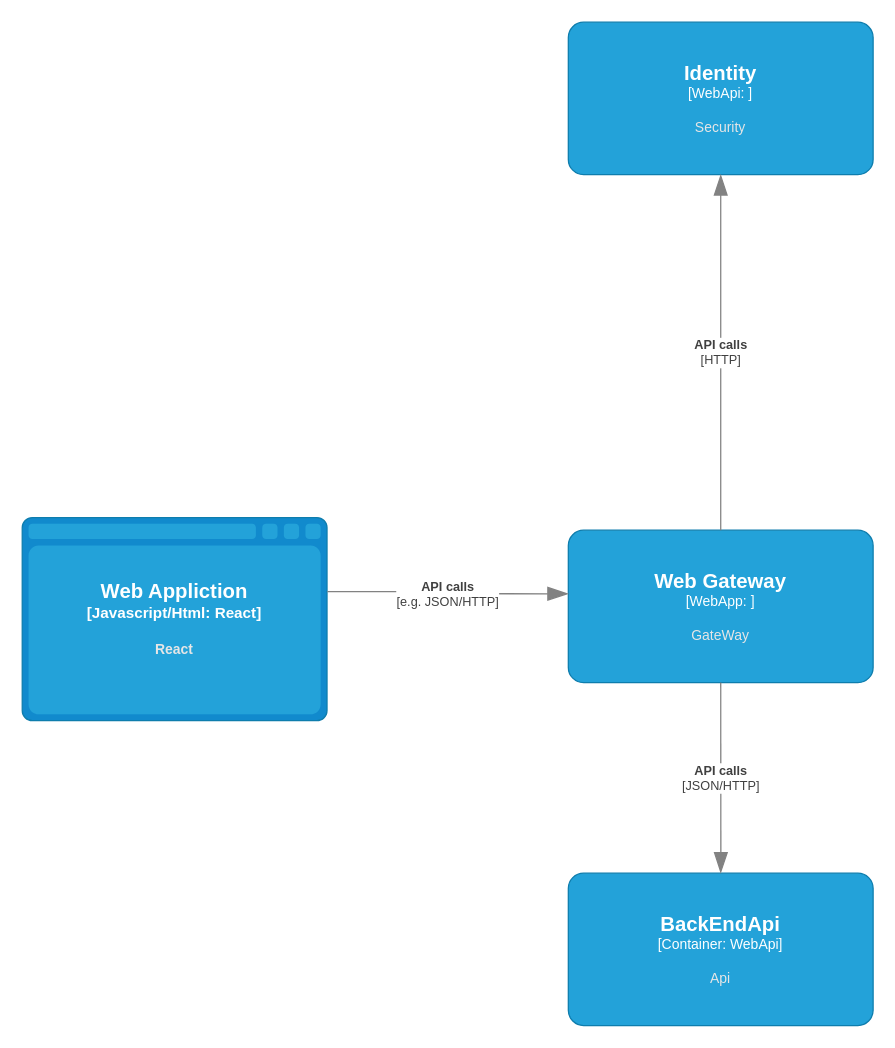
Above: Untitled Diagram.drawio in JanArildEileng/Kompetanse.Autentisering (draw.io), before the change. Source tidied: cells renumbered, new cells numbered last; positions are measured from the earlier drawing's top-left corner, leaving out a move shared by most shapes. Both pictures are drawn from the tidied source at 127%, with x=0, y=0 at pixel (22, 22).
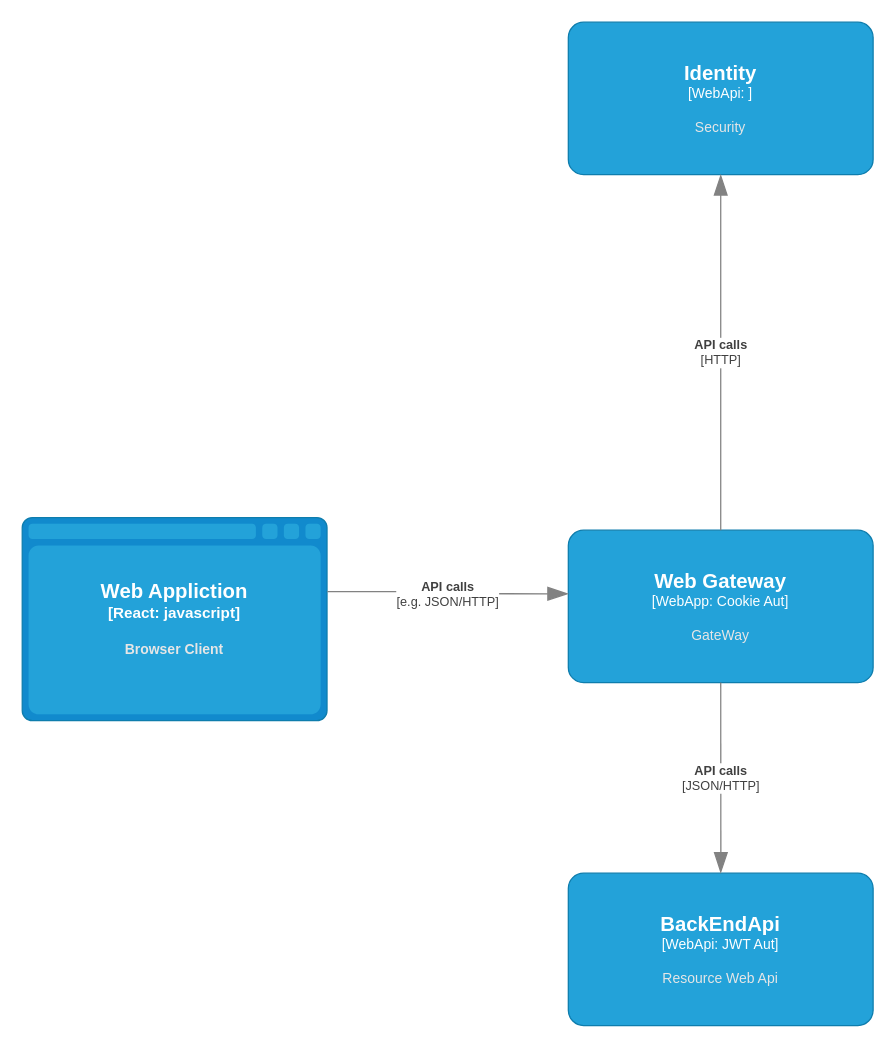
Above is the later version.

Diff of the diagram source:
```diff
@@
 <mxGraphModel>
   <root>
     <mxCell id="0" />
     <mxCell id="1" parent="0" />
-    <object id="2" label="&lt;font style=&quot;font-size: 16px&quot;&gt;&lt;b&gt;%c4Type%&lt;/font&gt;&lt;div&gt;[%c4Container%:&amp;nbsp;%c4Technology%]&lt;/div&gt;&lt;br&gt;&lt;div&gt;&lt;font style=&quot;font-size: 11px&quot;&gt;&lt;font color=&quot;#E6E6E6&quot;&gt;%c4Description%&lt;/font&gt;&lt;/div&gt;" c4Container="Javascript/Html" c4Description="React" c4Technology="React" c4Type="Web Appliction" placeholders="1">
+    <object id="2" label="&lt;font style=&quot;font-size: 16px&quot;&gt;&lt;b&gt;%c4Type%&lt;/font&gt;&lt;div&gt;[%c4Container%:&amp;nbsp;%c4Technology%]&lt;/div&gt;&lt;br&gt;&lt;div&gt;&lt;font style=&quot;font-size: 11px&quot;&gt;&lt;font color=&quot;#E6E6E6&quot;&gt;%c4Description%&lt;/font&gt;&lt;/div&gt;" c4Container="React" c4Description="Browser Client" c4Technology="javascript" c4Type="Web Appliction" placeholders="1">
       <mxCell style="shape=mxgraph.c4.webBrowserContainer;whiteSpace=wrap;html=1;boundedLbl=1;rounded=0;labelBackgroundColor=none;fillColor=#118ACD;fontSize=12;fontColor=#ffffff;align=center;strokeColor=#0E7DAD;points=[[0.5,0,0],[1,0.25,0],[1,0.5,0],[1,0.75,0],[0.5,1,0],[0,0.75,0],[0,0.5,0],[0,0.25,0]];" parent="1" vertex="1">
         <mxGeometry y="390" width="240" height="160" as="geometry" />
       </mxCell>
     </object>
-    <object id="3" label="&lt;font style=&quot;font-size: 16px&quot;&gt;&lt;b&gt;%c4Name%&lt;/b&gt;&lt;/font&gt;&lt;div&gt;[%c4Type%: %c4Technology%]&lt;/div&gt;&lt;br&gt;&lt;div&gt;&lt;font style=&quot;font-size: 11px&quot;&gt;&lt;font color=&quot;#E6E6E6&quot;&gt;%c4Description%&lt;/font&gt;&lt;/div&gt;" c4Description="GateWay" c4Name="Web Gateway" c4Technology="" c4Type="WebApp" placeholders="1">
+    <object id="3" label="&lt;font style=&quot;font-size: 16px&quot;&gt;&lt;b&gt;%c4Name%&lt;/b&gt;&lt;/font&gt;&lt;div&gt;[%c4Type%: %c4Technology%]&lt;/div&gt;&lt;br&gt;&lt;div&gt;&lt;font style=&quot;font-size: 11px&quot;&gt;&lt;font color=&quot;#E6E6E6&quot;&gt;%c4Description%&lt;/font&gt;&lt;/div&gt;" c4Description="GateWay" c4Name="Web Gateway" c4Technology="Cookie Aut" c4Type="WebApp" placeholders="1">
       <mxCell style="rounded=1;whiteSpace=wrap;html=1;fontSize=11;labelBackgroundColor=none;fillColor=#23A2D9;fontColor=#ffffff;align=center;arcSize=10;strokeColor=#0E7DAD;points=[[0.25,0,0],[0.5,0,0],[0.75,0,0],[1,0.25,0],[1,0.5,0],[1,0.75,0],[0.75,1,0],[0.5,1,0],[0.25,1,0],[0,0.75,0],[0,0.5,0],[0,0.25,0]];" parent="1" vertex="1">
         <mxGeometry x="430" y="400" width="240" height="120" as="geometry" />
       </mxCell>
     </object>
     <object id="4" label="&lt;font style=&quot;font-size: 16px&quot;&gt;&lt;b&gt;%c4Name%&lt;/b&gt;&lt;/font&gt;&lt;div&gt;[%c4Type%: %c4Technology%]&lt;/div&gt;&lt;br&gt;&lt;div&gt;&lt;font style=&quot;font-size: 11px&quot;&gt;&lt;font color=&quot;#E6E6E6&quot;&gt;%c4Description%&lt;/font&gt;&lt;/div&gt;" c4Description="Security" c4Name="Identity" c4Technology="" c4Type="WebApi" placeholders="1">
       <mxCell style="rounded=1;whiteSpace=wrap;html=1;fontSize=11;labelBackgroundColor=none;fillColor=#23A2D9;fontColor=#ffffff;align=center;arcSize=10;strokeColor=#0E7DAD;points=[[0.25,0,0],[0.5,0,0],[0.75,0,0],[1,0.25,0],[1,0.5,0],[1,0.75,0],[0.75,1,0],[0.5,1,0],[0.25,1,0],[0,0.75,0],[0,0.5,0],[0,0.25,0]];" parent="1" vertex="1">
         <mxGeometry x="430" width="240" height="120" as="geometry" />
       </mxCell>
     </object>
-    <object id="5" label="&lt;font style=&quot;font-size: 16px&quot;&gt;&lt;b&gt;%c4Name%&lt;/b&gt;&lt;/font&gt;&lt;div&gt;[%c4Type%: %c4Technology%]&lt;/div&gt;&lt;br&gt;&lt;div&gt;&lt;font style=&quot;font-size: 11px&quot;&gt;&lt;font color=&quot;#E6E6E6&quot;&gt;%c4Description%&lt;/font&gt;&lt;/div&gt;" c4Description="Api " c4Name="BackEndApi" c4Technology="WebApi" c4Type="Container" placeholders="1">
+    <object id="5" label="&lt;font style=&quot;font-size: 16px&quot;&gt;&lt;b&gt;%c4Name%&lt;/b&gt;&lt;/font&gt;&lt;div&gt;[%c4Type%: %c4Technology%]&lt;/div&gt;&lt;br&gt;&lt;div&gt;&lt;font style=&quot;font-size: 11px&quot;&gt;&lt;font color=&quot;#E6E6E6&quot;&gt;%c4Description%&lt;/font&gt;&lt;/div&gt;" c4Description="Resource Web Api " c4Name="BackEndApi" c4Technology="JWT Aut" c4Type="WebApi" placeholders="1">
       <mxCell style="rounded=1;whiteSpace=wrap;html=1;fontSize=11;labelBackgroundColor=none;fillColor=#23A2D9;fontColor=#ffffff;align=center;arcSize=10;strokeColor=#0E7DAD;points=[[0.25,0,0],[0.5,0,0],[0.75,0,0],[1,0.25,0],[1,0.5,0],[1,0.75,0],[0.75,1,0],[0.5,1,0],[0.25,1,0],[0,0.75,0],[0,0.5,0],[0,0.25,0]];" parent="1" vertex="1">
         <mxGeometry x="430" y="670" width="240" height="120" as="geometry" />
       </mxCell>
     </object>
     <object id="6" label="&lt;div style=&quot;text-align: left&quot;&gt;&lt;div style=&quot;text-align: center&quot;&gt;&lt;b&gt;%c4Description%&lt;/b&gt;&lt;/div&gt;&lt;div style=&quot;text-align: center&quot;&gt;[%c4Technology%]&lt;/div&gt;&lt;/div&gt;" c4Description="API calls" c4Technology="e.g. JSON/HTTP" placeholders="1">
       <mxCell style="endArrow=blockThin;html=1;fontSize=10;fontColor=#404040;strokeWidth=1;endFill=1;strokeColor=#828282;elbow=vertical;endSize=14;startSize=14;jumpStyle=arc;jumpSize=16;rounded=0;edgeStyle=orthogonalEdgeStyle;entryX=0;entryY=0.417;entryDx=0;entryDy=0;entryPerimeter=0;exitX=1.001;exitY=0.365;exitDx=0;exitDy=0;exitPerimeter=0;" parent="1" edge="1" source="2" target="3">
         <mxGeometry relative="1" as="geometry" />
       </mxCell>
     </object>
     <object id="7" label="&lt;div style=&quot;text-align: left&quot;&gt;&lt;div style=&quot;text-align: center&quot;&gt;&lt;b&gt;%c4Description%&lt;/b&gt;&lt;/div&gt;&lt;div style=&quot;text-align: center&quot;&gt;[%c4Technology%]&lt;/div&gt;&lt;/div&gt;" c4Description="API calls" c4Technology="JSON/HTTP" placeholders="1">
       <mxCell style="endArrow=blockThin;html=1;fontSize=10;fontColor=#404040;strokeWidth=1;endFill=1;strokeColor=#828282;elbow=vertical;endSize=14;startSize=14;jumpStyle=arc;jumpSize=16;rounded=0;edgeStyle=orthogonalEdgeStyle;" parent="1" edge="1" target="5">
         <mxGeometry relative="1" as="geometry">
           <mxPoint x="550" y="520" as="sourcePoint" />
         </mxGeometry>
       </mxCell>
     </object>
     <object id="8" label="&lt;div style=&quot;text-align: left&quot;&gt;&lt;div style=&quot;text-align: center&quot;&gt;&lt;b&gt;%c4Description%&lt;/b&gt;&lt;/div&gt;&lt;div style=&quot;text-align: center&quot;&gt;[%c4Technology%]&lt;/div&gt;&lt;/div&gt;" c4Description="API calls" c4Technology="HTTP" placeholders="1">
       <mxCell style="endArrow=blockThin;html=1;fontSize=10;fontColor=#404040;strokeWidth=1;endFill=1;strokeColor=#828282;elbow=vertical;endSize=14;startSize=14;jumpStyle=arc;jumpSize=16;rounded=0;edgeStyle=orthogonalEdgeStyle;entryX=0.5;entryY=1;entryDx=0;entryDy=0;entryPerimeter=0;exitX=0.5;exitY=0;exitDx=0;exitDy=0;exitPerimeter=0;" parent="1" edge="1" source="3" target="4">
         <mxGeometry relative="1" as="geometry" />
       </mxCell>
     </object>
   </root>
 </mxGraphModel>
```
